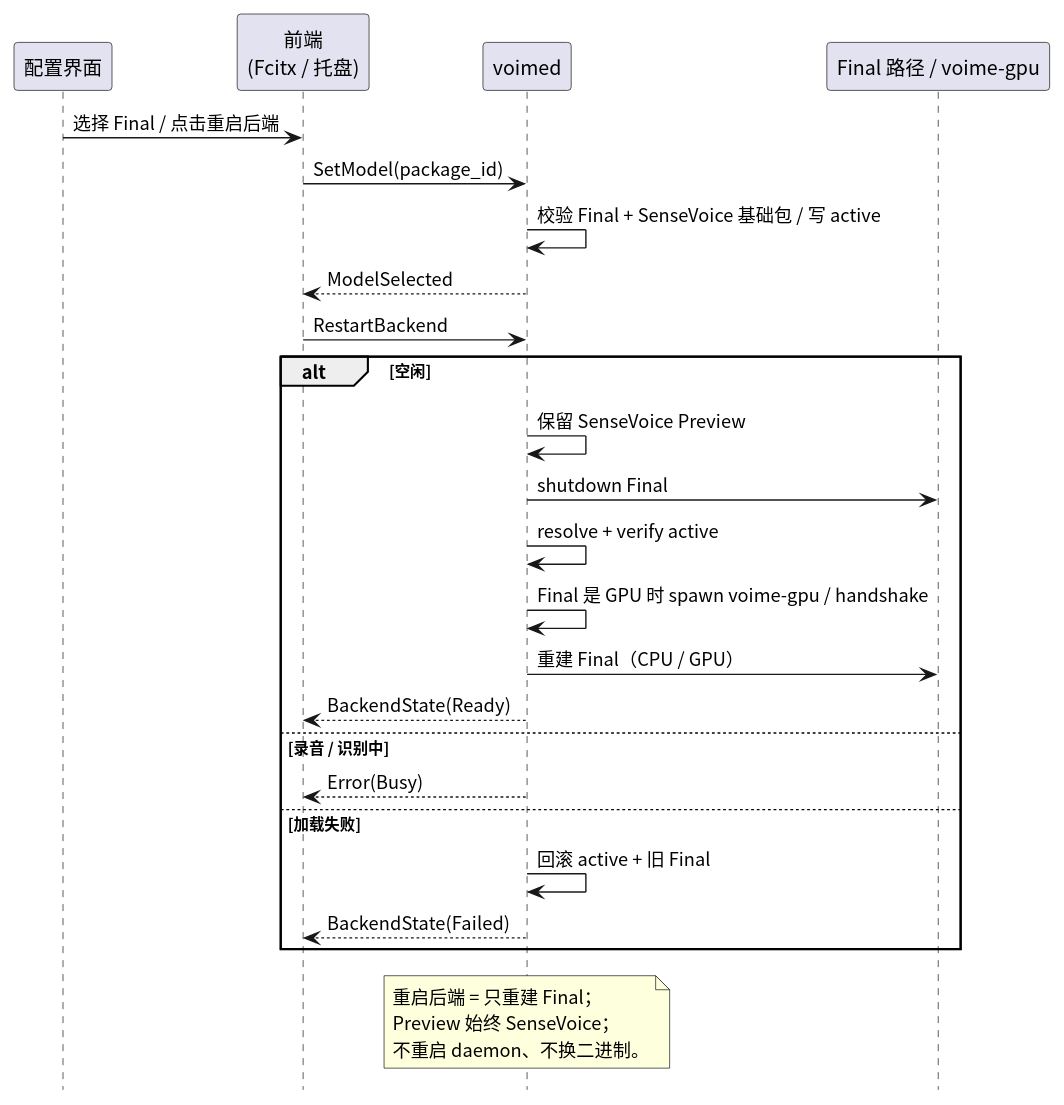
Above: diagram/backend-restart.svg in 54m43lJ/voime (PlantUML), before the change.
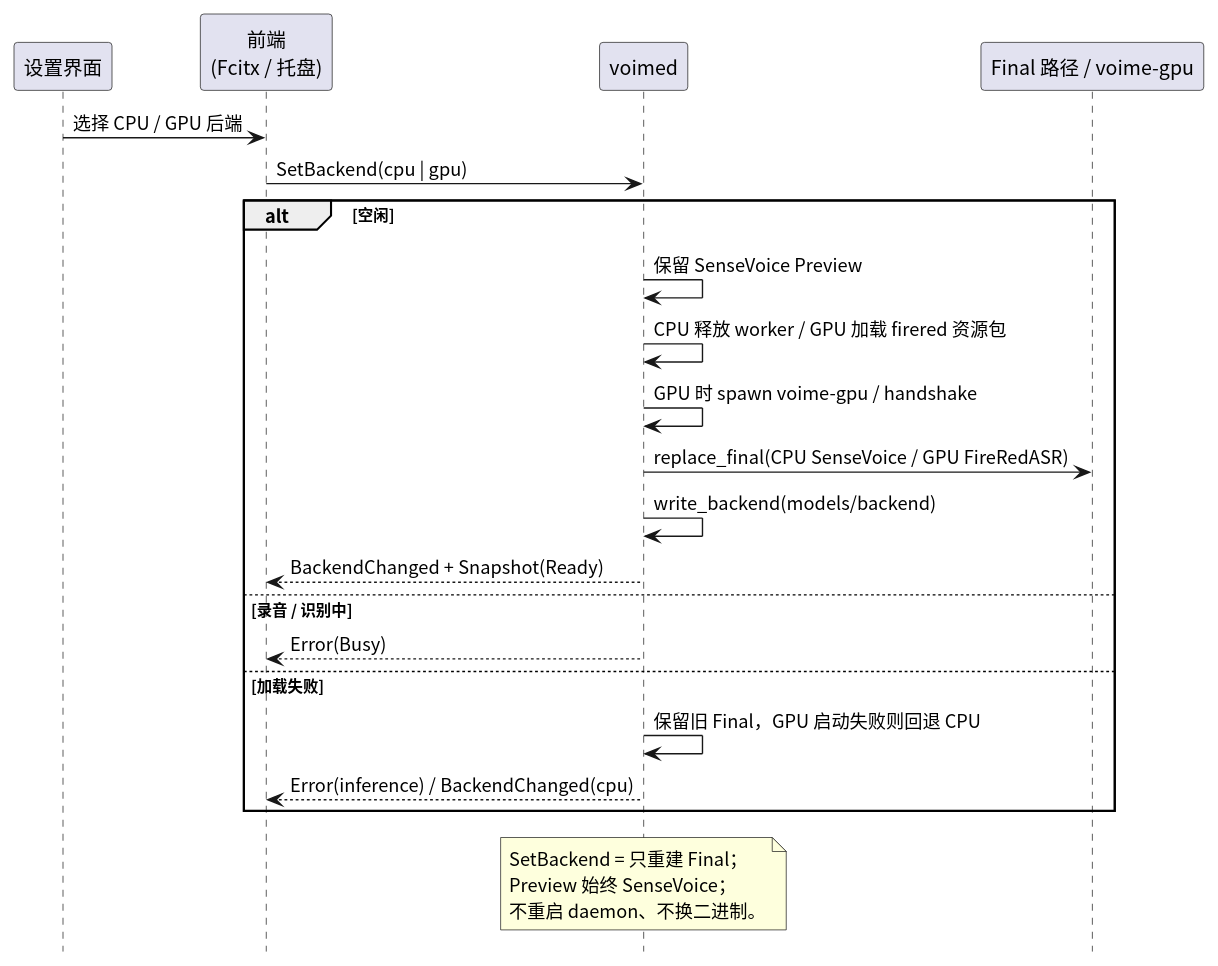
The same diagram one commit later.

The edit, as a diff of the source:
```diff
@@ -3,31 +3,28 @@
 skinparam shadowing false
 hide footbox
 
-participant "配置界面" as UI
+participant "设置界面" as UI
 participant "前端\n(Fcitx / 托盘)" as Frontend
 participant "voimed" as Daemon
 participant "Final 路径 / voime-gpu" as Pipeline
 
-UI -> Frontend : 选择 Final / 点击重启后端
-Frontend -> Daemon : SetModel(package_id)
-Daemon -> Daemon : 校验 Final + SenseVoice 基础包 / 写 active
-Daemon --> Frontend : ModelSelected
-Frontend -> Daemon : RestartBackend
+UI -> Frontend : 选择 CPU / GPU 后端
+Frontend -> Daemon : SetBackend(cpu | gpu)
 alt 空闲
   Daemon -> Daemon : 保留 SenseVoice Preview
-  Daemon -> Pipeline : shutdown Final
-  Daemon -> Daemon : resolve + verify active
-  Daemon -> Daemon : Final 是 GPU 时 spawn voime-gpu / handshake
-  Daemon -> Pipeline : 重建 Final（CPU / GPU）
-  Daemon --> Frontend : BackendState(Ready)
+  Daemon -> Daemon : CPU 释放 worker / GPU 加载 firered 资源包
+  Daemon -> Daemon : GPU 时 spawn voime-gpu / handshake
+  Daemon -> Pipeline : replace_final(CPU SenseVoice / GPU FireRedASR)
+  Daemon -> Daemon : write_backend(models/backend)
+  Daemon --> Frontend : BackendChanged + Snapshot(Ready)
 else 录音 / 识别中
   Daemon --> Frontend : Error(Busy)
 else 加载失败
-  Daemon -> Daemon : 回滚 active + 旧 Final
-  Daemon --> Frontend : BackendState(Failed)
+  Daemon -> Daemon : 保留旧 Final，GPU 启动失败则回退 CPU
+  Daemon --> Frontend : Error(inference) / BackendChanged(cpu)
 end
 note over Daemon
-  重启后端 = 只重建 Final；
+  SetBackend = 只重建 Final；
   Preview 始终 SenseVoice；
   不重启 daemon、不换二进制。
 end note
```
